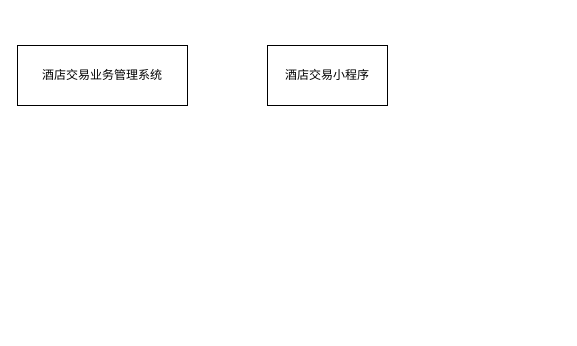
This is 系统架构图.drawio from kivawjc/decade, a draw.io file, before an edit. Source tidied: cells renumbered, new cells numbered last; positions are measured from the earlier drawing's top-left corner, leaving out a move shared by most shapes. Both pictures are drawn from the tidied source at 100%, with x=0, y=0 at pixel (17, 45).
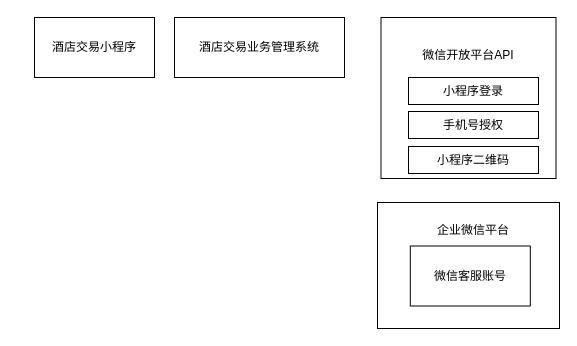
After the change.

Commit message (it also covers changes not shown here):
更新系统架构图.drawio

Diff of the diagram source:
```diff
@@
 <mxGraphModel>
   <root>
     <mxCell id="0" />
     <mxCell id="1" parent="0" />
     <mxCell id="2" value="酒店交易业务管理系统" style="rounded=0;whiteSpace=wrap;html=1;" parent="1" vertex="1">
-      <mxGeometry width="170" height="60" as="geometry" />
+      <mxGeometry x="157" y="-28" width="170" height="60" as="geometry" />
     </mxCell>
     <mxCell id="3" value="酒店交易小程序" style="rounded=0;whiteSpace=wrap;html=1;" parent="1" vertex="1">
-      <mxGeometry x="250" width="120" height="60" as="geometry" />
+      <mxGeometry x="17" y="-28" width="120" height="60" as="geometry" />
     </mxCell>
+    <mxCell id="4" style="rounded=0;whiteSpace=wrap;html=1;" parent="1" vertex="1">
+      <mxGeometry x="363.5" y="-28" width="175" height="161" as="geometry" />
+    </mxCell>
+    <mxCell id="5" value="微信开放平台API" style="text;html=1;strokeColor=none;fillColor=none;align=center;verticalAlign=middle;whiteSpace=wrap;rounded=0;" parent="1" vertex="1">
+      <mxGeometry x="402" y="3" width="98" height="14" as="geometry" />
+    </mxCell>
+    <mxCell id="6" value="小程序登录" style="rounded=0;whiteSpace=wrap;html=1;" parent="1" vertex="1">
+      <mxGeometry x="391" y="32" width="130" height="27" as="geometry" />
+    </mxCell>
+    <mxCell id="7" value="手机号授权" style="rounded=0;whiteSpace=wrap;html=1;" parent="1" vertex="1">
+      <mxGeometry x="391" y="66" width="130" height="27" as="geometry" />
+    </mxCell>
+    <mxCell id="8" value="小程序二维码" style="rounded=0;whiteSpace=wrap;html=1;" parent="1" vertex="1">
+      <mxGeometry x="391" y="101" width="130" height="27" as="geometry" />
+    </mxCell>
+    <mxCell id="9" style="group;" parent="1" vertex="1">
+      <mxGeometry x="360" y="157" width="182" height="126" as="geometry" />
+    </mxCell>
+    <mxCell id="10" style="rounded=0;whiteSpace=wrap;html=1;" parent="9" vertex="1">
+      <mxGeometry width="182" height="126" as="geometry" />
+    </mxCell>
+    <mxCell id="11" value="微信客服账号" style="rounded=0;whiteSpace=wrap;html=1;" parent="9" vertex="1">
+      <mxGeometry x="32.8" y="43.5" width="120" height="60" as="geometry" />
+    </mxCell>
+    <mxCell id="12" value="企业微信平台" style="text;html=1;strokeColor=none;fillColor=none;align=center;verticalAlign=middle;whiteSpace=wrap;rounded=0;" parent="9" vertex="1">
+      <mxGeometry x="54" y="14" width="84" height="28" as="geometry" />
+    </mxCell>
   </root>
 </mxGraphModel>
```
